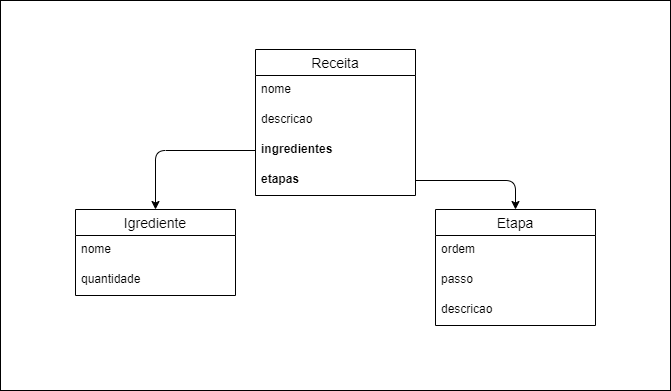
Earlier version of the draw.io export relacionamento.png (Juzeka/api_produtos). Source tidied: cells renumbered, new cells last; positions are measured from the earlier drawing's top-left corner, leaving out a move shared by most shapes. Source of this version:
```xml
<mxGraphModel>
  <root>
    <mxCell id="0" />
    <mxCell id="1" parent="0" />
    <mxCell id="2" style="rounded=0;whiteSpace=wrap;html=1;" parent="1" vertex="1">
      <mxGeometry width="670" height="390" as="geometry" />
    </mxCell>
    <mxCell id="3" value="Receita" style="swimlane;fontStyle=0;horizontal=1;startSize=26;align=center;fontSize=14;" parent="1" vertex="1">
      <mxGeometry x="255" y="49" width="160" height="146" as="geometry" />
    </mxCell>
    <mxCell id="4" value="nome" style="text;strokeColor=none;fillColor=none;spacingLeft=4;spacingRight=4;overflow=hidden;fontSize=12;" parent="3" vertex="1">
      <mxGeometry y="26" width="160" height="30" as="geometry" />
    </mxCell>
    <mxCell id="5" value="descricao" style="text;strokeColor=none;fillColor=none;spacingLeft=4;spacingRight=4;overflow=hidden;fontSize=12;" parent="3" vertex="1">
      <mxGeometry y="56" width="160" height="30" as="geometry" />
    </mxCell>
    <mxCell id="6" value="ingredientes" style="text;strokeColor=none;fillColor=none;spacingLeft=4;spacingRight=4;overflow=hidden;points=[[0,0.5],[1,0.5]];portConstraint=eastwest;fontSize=12;fontStyle=1;" parent="3" vertex="1">
      <mxGeometry y="86" width="160" height="30" as="geometry" />
    </mxCell>
    <mxCell id="7" value="etapas" style="text;strokeColor=none;fillColor=none;spacingLeft=4;spacingRight=4;overflow=hidden;points=[[0,0.5],[1,0.5]];portConstraint=eastwest;fontSize=12;fontStyle=1;" parent="3" vertex="1">
      <mxGeometry y="116" width="160" height="30" as="geometry" />
    </mxCell>
    <mxCell id="8" value="Igrediente" style="swimlane;fontStyle=0;horizontal=1;startSize=26;align=center;fontSize=14;" parent="1" vertex="1">
      <mxGeometry x="75" y="209" width="160" height="86" as="geometry" />
    </mxCell>
    <mxCell id="9" value="nome" style="text;strokeColor=none;fillColor=none;spacingLeft=4;spacingRight=4;overflow=hidden;fontSize=12;" parent="8" vertex="1">
      <mxGeometry y="26" width="160" height="30" as="geometry" />
    </mxCell>
    <mxCell id="10" value="quantidade" style="text;strokeColor=none;fillColor=none;spacingLeft=4;spacingRight=4;overflow=hidden;fontSize=12;" parent="8" vertex="1">
      <mxGeometry y="56" width="160" height="30" as="geometry" />
    </mxCell>
    <mxCell id="11" value="Etapa" style="swimlane;fontStyle=0;horizontal=1;startSize=26;align=center;fontSize=14;" parent="1" vertex="1">
      <mxGeometry x="435" y="209" width="160" height="116" as="geometry" />
    </mxCell>
    <mxCell id="12" value="ordem" style="text;strokeColor=none;fillColor=none;spacingLeft=4;spacingRight=4;overflow=hidden;fontSize=12;" parent="11" vertex="1">
      <mxGeometry y="26" width="160" height="30" as="geometry" />
    </mxCell>
    <mxCell id="13" value="passo" style="text;strokeColor=none;fillColor=none;spacingLeft=4;spacingRight=4;overflow=hidden;fontSize=12;" parent="11" vertex="1">
      <mxGeometry y="56" width="160" height="30" as="geometry" />
    </mxCell>
    <mxCell id="14" value="descricao" style="text;strokeColor=none;fillColor=none;spacingLeft=4;spacingRight=4;overflow=hidden;fontSize=12;" parent="11" vertex="1">
      <mxGeometry y="86" width="160" height="30" as="geometry" />
    </mxCell>
    <mxCell id="15" style="edgeStyle=none;html=1;entryX=0.5;entryY=0;entryDx=0;entryDy=0;" parent="1" edge="1" source="6" target="8">
      <mxGeometry relative="1" as="geometry">
        <Array as="points">
          <mxPoint x="155" y="150" />
        </Array>
      </mxGeometry>
    </mxCell>
    <mxCell id="16" style="edgeStyle=none;html=1;entryX=0.5;entryY=0;entryDx=0;entryDy=0;" parent="1" edge="1" source="7" target="11">
      <mxGeometry relative="1" as="geometry">
        <Array as="points">
          <mxPoint x="515" y="180" />
        </Array>
      </mxGeometry>
    </mxCell>
  </root>
</mxGraphModel>
```
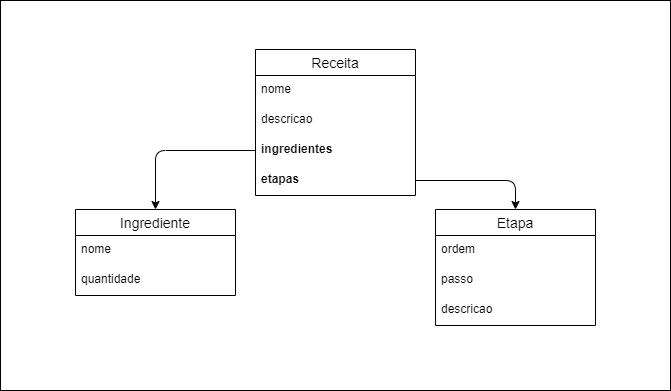
After the commit.

What changed in the source:
```diff
@@ -20,7 +20,7 @@
     <mxCell id="7" value="etapas" style="text;strokeColor=none;fillColor=none;spacingLeft=4;spacingRight=4;overflow=hidden;points=[[0,0.5],[1,0.5]];portConstraint=eastwest;fontSize=12;fontStyle=1;" parent="3" vertex="1">
       <mxGeometry y="116" width="160" height="30" as="geometry" />
     </mxCell>
-    <mxCell id="8" value="Igrediente" style="swimlane;fontStyle=0;horizontal=1;startSize=26;align=center;fontSize=14;" parent="1" vertex="1">
+    <mxCell id="8" value="Ingrediente" style="swimlane;fontStyle=0;horizontal=1;startSize=26;align=center;fontSize=14;" parent="1" vertex="1">
       <mxGeometry x="75" y="209" width="160" height="86" as="geometry" />
     </mxCell>
     <mxCell id="9" value="nome" style="text;strokeColor=none;fillColor=none;spacingLeft=4;spacingRight=4;overflow=hidden;fontSize=12;" parent="8" vertex="1">
```
